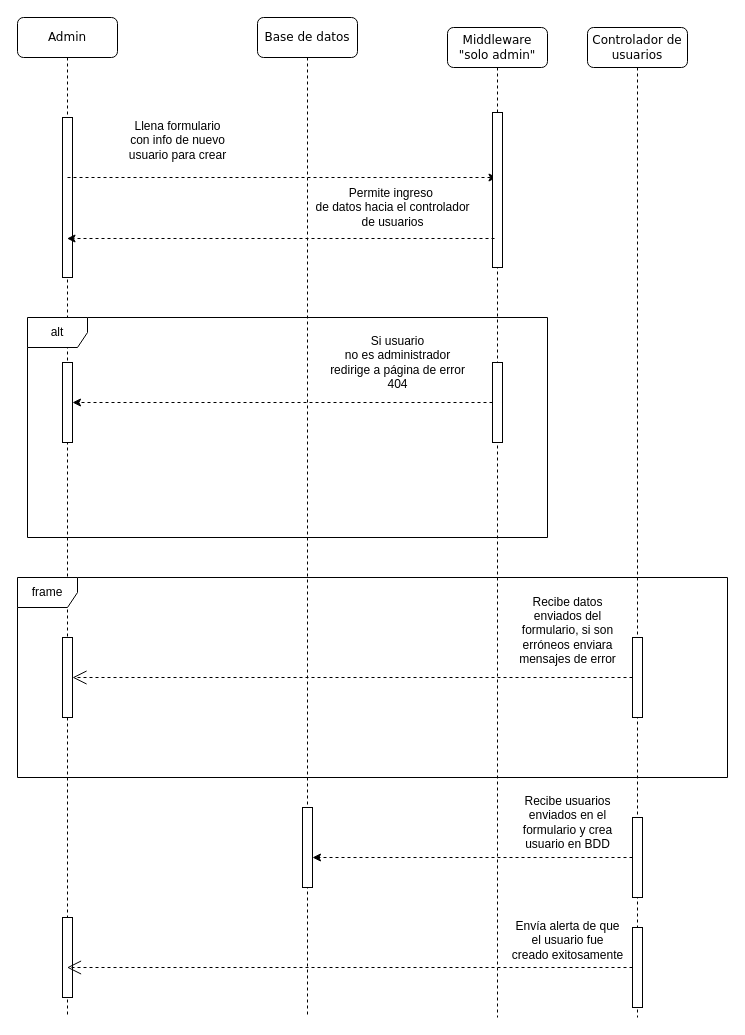
Earlier version of the draw.io diagram secuencia_creacion_usuarios.drawio (MirroringCode/diagramas-del-csm). Source tidied: cells renumbered, new cells numbered last; positions are measured from the earlier drawing's top-left corner, leaving out a move shared by most shapes. Both pictures are drawn from the tidied source at 100%, with x=0, y=0 at pixel (17, 17).
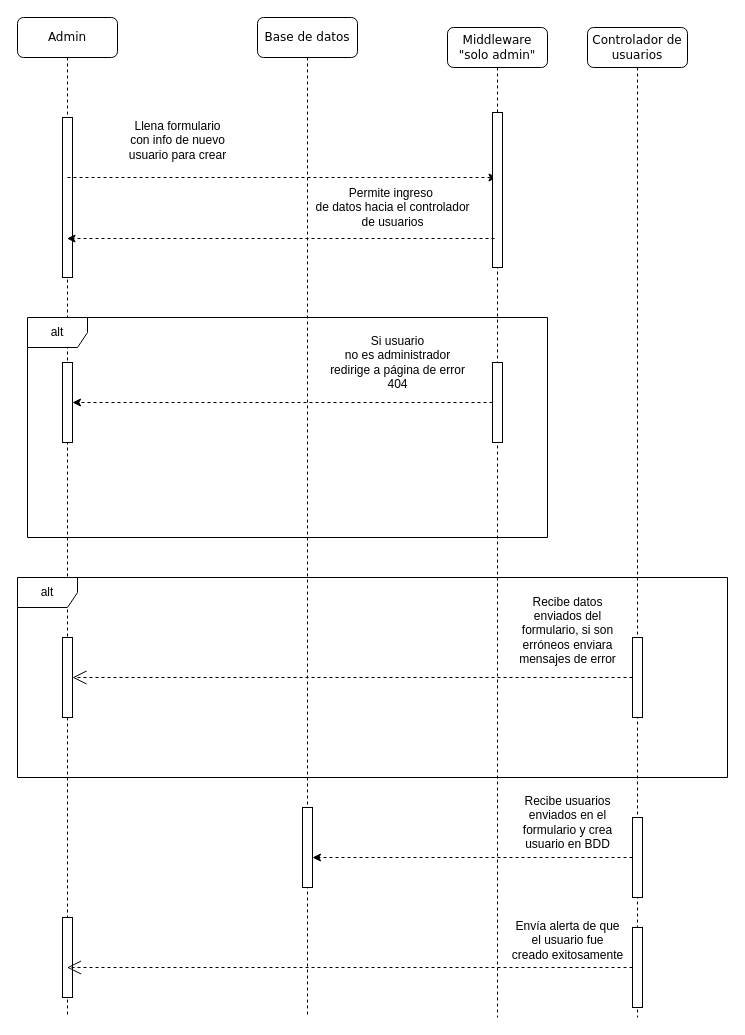
The same diagram, later.

Commit message:
[modificar] diagrama secuencia_creacion_usuarios.drawio (frame cambiado a alt))

The edit, as a diff of the source:
```diff
@@
-    <mxCell id="22" value="frame" style="shape=umlFrame;whiteSpace=wrap;html=1;" parent="1" vertex="1">
+    <mxCell id="22" value="alt" style="shape=umlFrame;whiteSpace=wrap;html=1;" parent="1" vertex="1">
       <mxGeometry y="560" width="710" height="200" as="geometry" />
     </mxCell>
```
